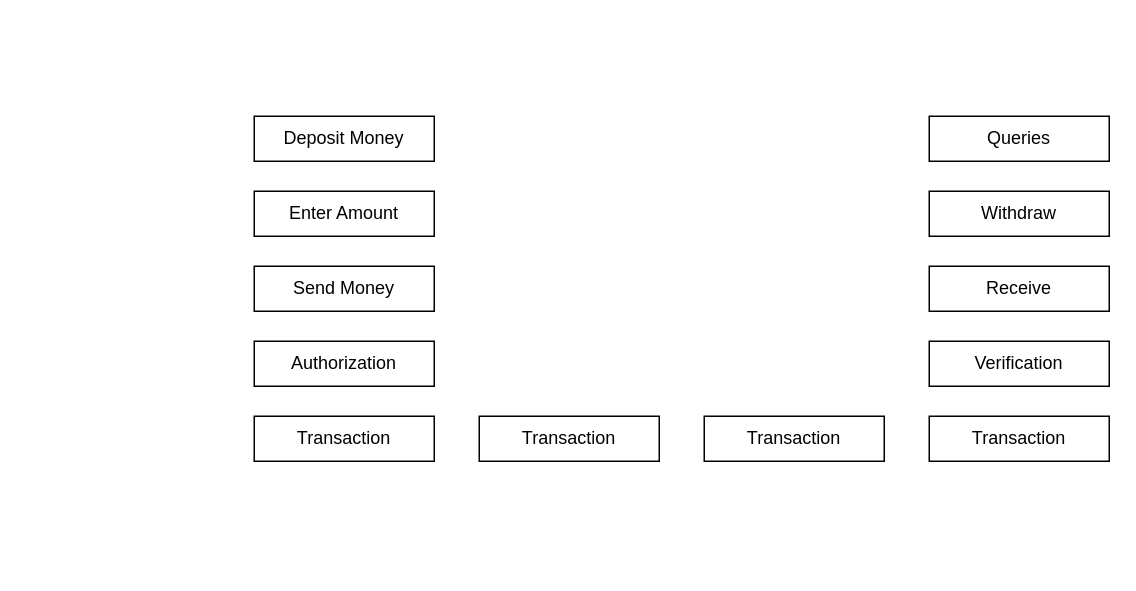
Above: College/Semester-5/BankingTCPIP.drawio in bsudharshan2001/MyRespository (draw.io), before the change. Source tidied: cells renumbered, new cells numbered last; positions are measured from the earlier drawing's top-left corner, leaving out a move shared by most shapes. Both pictures are drawn from the tidied source at 150%, with x=0, y=0 at pixel (254, 116).
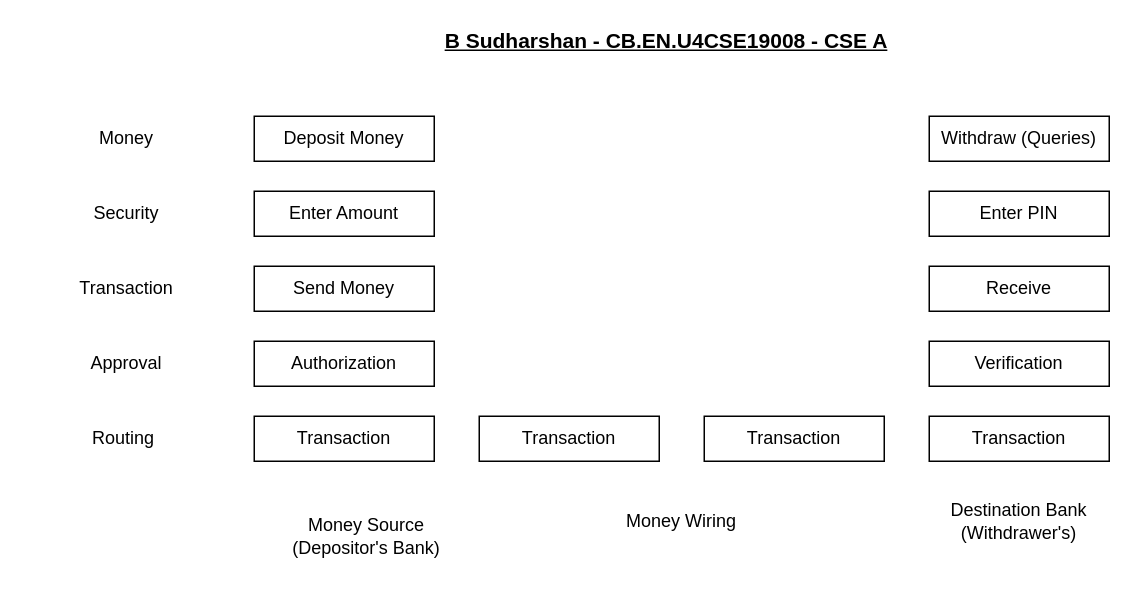
Above is the later version.

Change to the diagram source:
```diff
@@
-    <mxCell id="9" value="Queries" style="rounded=0;whiteSpace=wrap;html=1;" parent="1" vertex="1">
+    <mxCell id="9" value="Withdraw (Queries)" style="rounded=0;whiteSpace=wrap;html=1;" parent="1" vertex="1">
       <mxGeometry x="450" width="120" height="30" as="geometry" />
     </mxCell>
-    <mxCell id="10" value="Withdraw" style="rounded=0;whiteSpace=wrap;html=1;" parent="1" vertex="1">
+    <mxCell id="10" value="Enter PIN" style="rounded=0;whiteSpace=wrap;html=1;" parent="1" vertex="1">
       <mxGeometry x="450" y="50" width="120" height="30" as="geometry" />
     </mxCell>
@@
+    <mxCell id="14" value="Money Wiring" style="text;html=1;strokeColor=none;fillColor=none;align=center;verticalAlign=middle;whiteSpace=wrap;rounded=0;" parent="1" vertex="1">
+      <mxGeometry x="240" y="260" width="90" height="20" as="geometry" />
+    </mxCell>
+    <mxCell id="15" value="Destination Bank (Withdrawer's)" style="text;html=1;strokeColor=none;fillColor=none;align=center;verticalAlign=middle;whiteSpace=wrap;rounded=0;" parent="1" vertex="1">
+      <mxGeometry x="460" y="260" width="100" height="20" as="geometry" />
+    </mxCell>
+    <mxCell id="16" value="&lt;font style=&quot;font-size: 14px&quot;&gt;&lt;u&gt;&lt;b&gt;B Sudharshan - CB.EN.U4CSE19008 - CSE A&lt;/b&gt;&lt;/u&gt;&lt;/font&gt;" style="text;html=1;strokeColor=none;fillColor=none;align=center;verticalAlign=middle;whiteSpace=wrap;rounded=0;" parent="1" vertex="1">
+      <mxGeometry x="110" y="-60" width="330" height="20" as="geometry" />
+    </mxCell>
+    <mxCell id="17" value="Money Source (Depositor's Bank)" style="text;html=1;strokeColor=none;fillColor=none;align=center;verticalAlign=middle;whiteSpace=wrap;rounded=0;" parent="1" vertex="1">
+      <mxGeometry x="10" y="260" width="130" height="40" as="geometry" />
+    </mxCell>
+    <mxCell id="18" value="Approval" style="text;html=1;strokeColor=none;fillColor=none;align=center;verticalAlign=middle;whiteSpace=wrap;rounded=0;" parent="1" vertex="1">
+      <mxGeometry x="-150" y="145" width="130" height="40" as="geometry" />
+    </mxCell>
+    <mxCell id="19" value="Routing" style="text;html=1;strokeColor=none;fillColor=none;align=center;verticalAlign=middle;whiteSpace=wrap;rounded=0;" parent="1" vertex="1">
+      <mxGeometry x="-152" y="195" width="130" height="40" as="geometry" />
+    </mxCell>
+    <mxCell id="20" value="Transaction" style="text;html=1;strokeColor=none;fillColor=none;align=center;verticalAlign=middle;whiteSpace=wrap;rounded=0;" parent="1" vertex="1">
+      <mxGeometry x="-150" y="95" width="130" height="40" as="geometry" />
+    </mxCell>
+    <mxCell id="21" value="Security" style="text;html=1;strokeColor=none;fillColor=none;align=center;verticalAlign=middle;whiteSpace=wrap;rounded=0;" parent="1" vertex="1">
+      <mxGeometry x="-150" y="45" width="130" height="40" as="geometry" />
+    </mxCell>
+    <mxCell id="22" value="Money" style="text;html=1;strokeColor=none;fillColor=none;align=center;verticalAlign=middle;whiteSpace=wrap;rounded=0;" parent="1" vertex="1">
+      <mxGeometry x="-150" y="-5" width="130" height="40" as="geometry" />
+    </mxCell>
```
